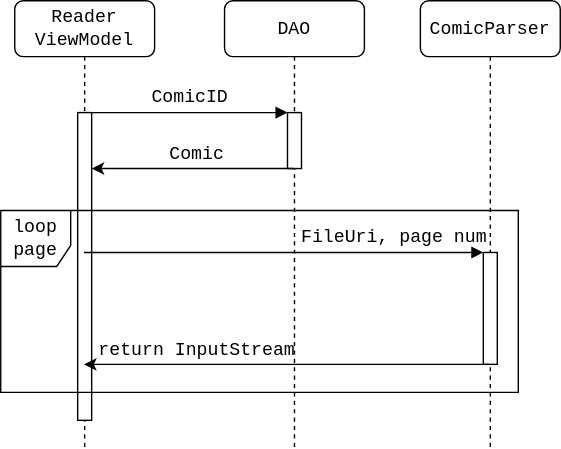
nvmnghia/thesis keeps this draw.io diagram as images/reader_sequence.svg. Above is the earlier version. Source tidied: cells renumbered, new cells last; positions are measured from the earlier drawing's top-left corner, leaving out a move shared by most shapes.
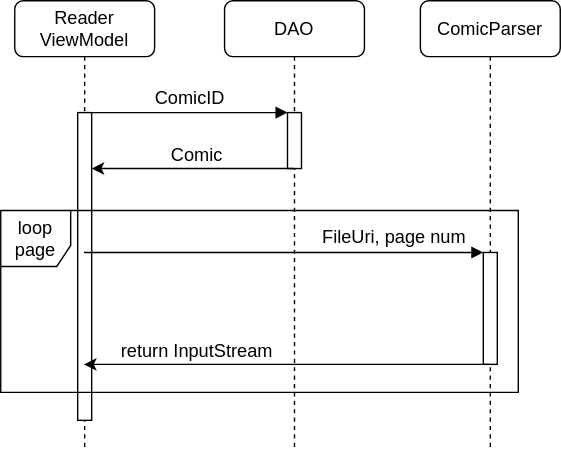
The same file after the commit.

The edit, as a diff of the source:
```diff
@@ -2,28 +2,28 @@
   <root>
     <mxCell id="0" />
     <mxCell id="1" parent="0" />
-    <mxCell id="2" value="DAO" style="shape=umlLifeline;perimeter=lifelinePerimeter;whiteSpace=wrap;html=1;outlineConnect=0;rounded=1;shadow=0;comic=0;labelBackgroundColor=none;strokeWidth=1;fontFamily=Courier New;fontSize=13;align=center;" parent="1" vertex="1">
+    <mxCell id="2" value="DAO" style="shape=umlLifeline;perimeter=lifelinePerimeter;whiteSpace=wrap;html=1;outlineConnect=0;rounded=1;shadow=0;comic=0;labelBackgroundColor=none;strokeWidth=1;fontFamily=Helvetica;fontSize=13;align=center;" parent="1" vertex="1">
       <mxGeometry x="160" width="100" height="320" as="geometry" />
     </mxCell>
-    <mxCell id="3" style="html=1;points=[];perimeter=orthogonalPerimeter;rounded=0;shadow=0;comic=0;labelBackgroundColor=none;strokeWidth=1;fontFamily=Courier New;fontSize=13;align=center;" parent="2" vertex="1">
+    <mxCell id="3" style="html=1;points=[];perimeter=orthogonalPerimeter;rounded=0;shadow=0;comic=0;labelBackgroundColor=none;strokeWidth=1;fontFamily=Helvetica;fontSize=13;align=center;" parent="2" vertex="1">
       <mxGeometry x="45" y="80" width="10" height="40" as="geometry" />
     </mxCell>
-    <mxCell id="4" value="ComicParser" style="shape=umlLifeline;perimeter=lifelinePerimeter;whiteSpace=wrap;html=1;outlineConnect=0;rounded=1;shadow=0;comic=0;labelBackgroundColor=none;strokeWidth=1;fontFamily=Courier New;fontSize=13;align=center;" parent="1" vertex="1">
+    <mxCell id="4" value="ComicParser" style="shape=umlLifeline;perimeter=lifelinePerimeter;whiteSpace=wrap;html=1;outlineConnect=0;rounded=1;shadow=0;comic=0;labelBackgroundColor=none;strokeWidth=1;fontFamily=Helvetica;fontSize=13;align=center;" parent="1" vertex="1">
       <mxGeometry x="300" width="100" height="320" as="geometry" />
     </mxCell>
-    <mxCell id="5" style="html=1;points=[];perimeter=orthogonalPerimeter;rounded=0;shadow=0;comic=0;labelBackgroundColor=none;strokeWidth=1;fontFamily=Courier New;fontSize=13;align=center;" parent="4" vertex="1">
+    <mxCell id="5" style="html=1;points=[];perimeter=orthogonalPerimeter;rounded=0;shadow=0;comic=0;labelBackgroundColor=none;strokeWidth=1;fontFamily=Helvetica;fontSize=13;align=center;" parent="4" vertex="1">
       <mxGeometry x="45" y="180" width="10" height="80" as="geometry" />
     </mxCell>
-    <mxCell id="6" value="Reader ViewModel" style="shape=umlLifeline;perimeter=lifelinePerimeter;whiteSpace=wrap;html=1;outlineConnect=0;rounded=1;shadow=0;comic=0;labelBackgroundColor=none;strokeWidth=1;fontFamily=Courier New;fontSize=13;align=center;" parent="1" vertex="1">
+    <mxCell id="6" value="Reader ViewModel" style="shape=umlLifeline;perimeter=lifelinePerimeter;whiteSpace=wrap;html=1;outlineConnect=0;rounded=1;shadow=0;comic=0;labelBackgroundColor=none;strokeWidth=1;fontFamily=Helvetica;fontSize=13;align=center;" parent="1" vertex="1">
       <mxGeometry x="10" width="100" height="320" as="geometry" />
     </mxCell>
-    <mxCell id="7" style="html=1;points=[];perimeter=orthogonalPerimeter;rounded=0;shadow=0;comic=0;labelBackgroundColor=none;strokeWidth=1;fontFamily=Courier New;fontSize=13;align=center;" parent="6" vertex="1">
+    <mxCell id="7" style="html=1;points=[];perimeter=orthogonalPerimeter;rounded=0;shadow=0;comic=0;labelBackgroundColor=none;strokeWidth=1;fontFamily=Helvetica;fontSize=13;align=center;" parent="6" vertex="1">
       <mxGeometry x="45" y="80" width="10" height="220" as="geometry" />
     </mxCell>
-    <mxCell id="8" value="&lt;font style=&quot;font-size: 13px;&quot;&gt;ComicID&lt;/font&gt;" style="html=1;verticalAlign=bottom;endArrow=block;entryX=0;entryY=0;labelBackgroundColor=none;fontFamily=Courier New;fontSize=13;edgeStyle=elbowEdgeStyle;elbow=vertical;" parent="1" edge="1" source="7" target="3">
+    <mxCell id="8" value="&lt;font style=&quot;font-size: 13px;&quot;&gt;ComicID&lt;/font&gt;" style="html=1;verticalAlign=bottom;endArrow=block;entryX=0;entryY=0;labelBackgroundColor=none;fontFamily=Helvetica;fontSize=13;edgeStyle=elbowEdgeStyle;elbow=vertical;" parent="1" edge="1" source="7" target="3">
       <mxGeometry relative="1" as="geometry" />
     </mxCell>
-    <mxCell id="9" value="FileUri, page num" style="html=1;verticalAlign=bottom;endArrow=block;entryX=0;entryY=0;labelBackgroundColor=none;fontFamily=Courier New;fontSize=13;edgeStyle=elbowEdgeStyle;elbow=vertical;" parent="1" edge="1" source="6" target="5">
+    <mxCell id="9" value="FileUri, page num" style="html=1;verticalAlign=bottom;endArrow=block;entryX=0;entryY=0;labelBackgroundColor=none;fontFamily=Helvetica;fontSize=13;edgeStyle=elbowEdgeStyle;elbow=vertical;" parent="1" edge="1" source="6" target="5">
       <mxGeometry x="0.54" relative="1" as="geometry">
         <Array as="points">
           <mxPoint x="160" y="180" />
@@ -32,27 +32,27 @@
         </Array>
       </mxGeometry>
     </mxCell>
-    <mxCell id="10" style="endArrow=classic;html=1;fontFamily=Courier New;fontSize=13;" parent="1" edge="1" source="2" target="7">
+    <mxCell id="10" style="endArrow=classic;html=1;fontFamily=Helvetica;fontSize=13;" parent="1" edge="1" source="2" target="7">
       <mxGeometry relative="1" as="geometry">
         <Array as="points">
           <mxPoint x="160" y="120" />
         </Array>
       </mxGeometry>
     </mxCell>
-    <mxCell id="11" value="Comic" style="text;html=1;align=center;verticalAlign=middle;strokeColor=none;fontSize=13;fontFamily=Courier New;" parent="1" vertex="1">
+    <mxCell id="11" value="Comic" style="text;html=1;align=center;verticalAlign=middle;strokeColor=none;fontSize=13;fontFamily=Helvetica;" parent="1" vertex="1">
       <mxGeometry x="115" y="100" width="50" height="20" as="geometry" />
     </mxCell>
-    <mxCell id="12" style="endArrow=classic;html=1;fontFamily=Courier New;fontSize=13;" parent="1" edge="1" source="4" target="6">
+    <mxCell id="12" style="endArrow=classic;html=1;fontFamily=Helvetica;fontSize=13;" parent="1" edge="1" source="4" target="6">
       <mxGeometry relative="1" as="geometry">
         <Array as="points">
           <mxPoint x="110" y="260" />
         </Array>
       </mxGeometry>
     </mxCell>
-    <mxCell id="13" value="return InputStream" style="text;html=1;align=center;verticalAlign=middle;strokeColor=none;fontSize=13;fontFamily=Courier New;" parent="1" vertex="1">
-      <mxGeometry x="60" y="240" width="160" height="20" as="geometry" />
+    <mxCell id="13" value="return InputStream" style="text;html=1;align=center;verticalAlign=middle;strokeColor=none;fontSize=13;fontFamily=Helvetica;" parent="1" vertex="1">
+      <mxGeometry x="80" y="240" width="120" height="20" as="geometry" />
     </mxCell>
-    <mxCell id="14" value="loop page" style="shape=umlFrame;whiteSpace=wrap;html=1;fontFamily=Courier New;fontSize=13;width=50;height=40;" parent="1" vertex="1">
+    <mxCell id="14" value="loop page" style="shape=umlFrame;whiteSpace=wrap;html=1;fontFamily=Helvetica;fontSize=13;width=50;height=40;" parent="1" vertex="1">
       <mxGeometry y="150" width="370" height="130" as="geometry" />
     </mxCell>
   </root>
```
